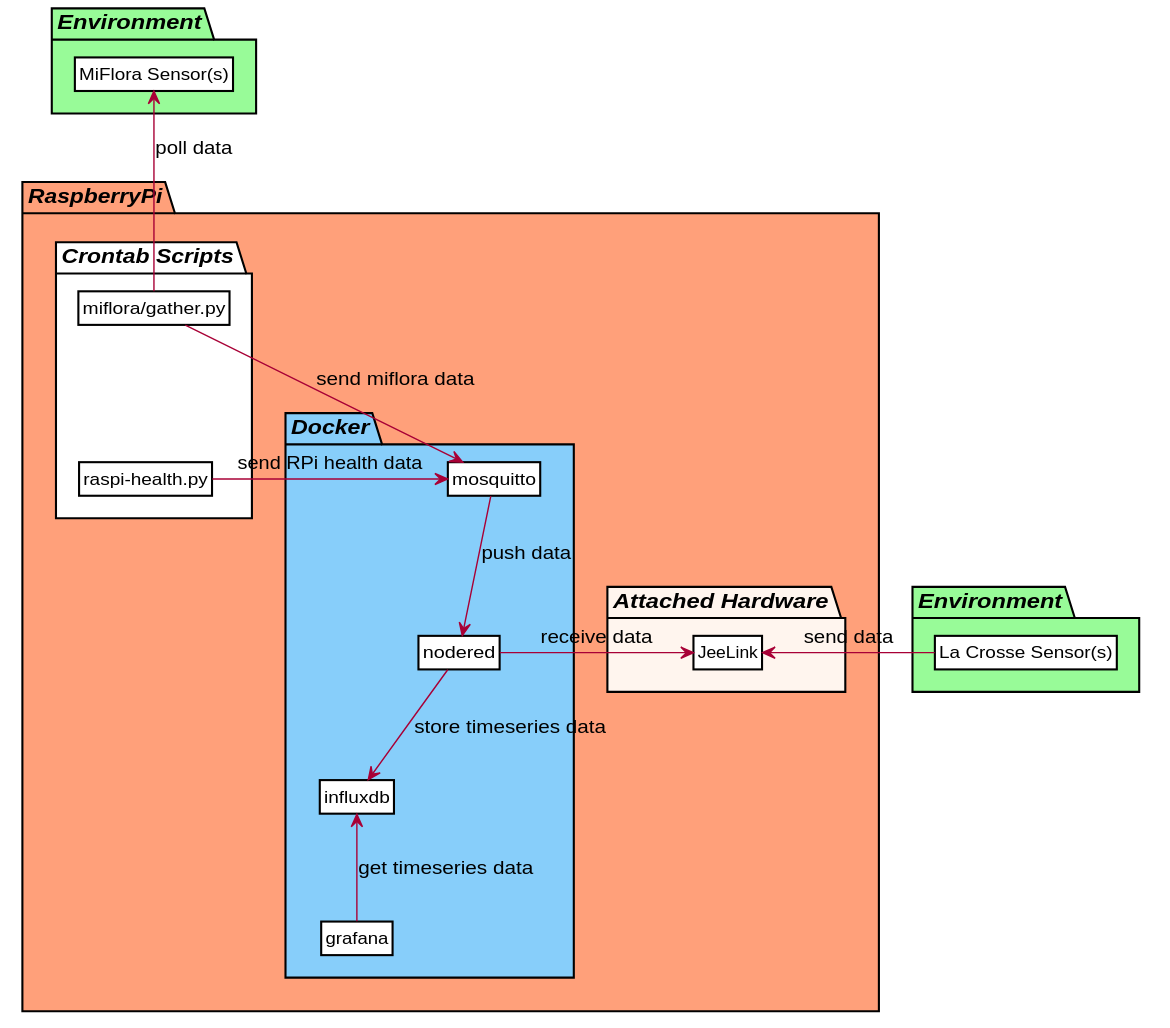
Earlier version of the PlantUML export overview.svg (dArignac/smarthome).
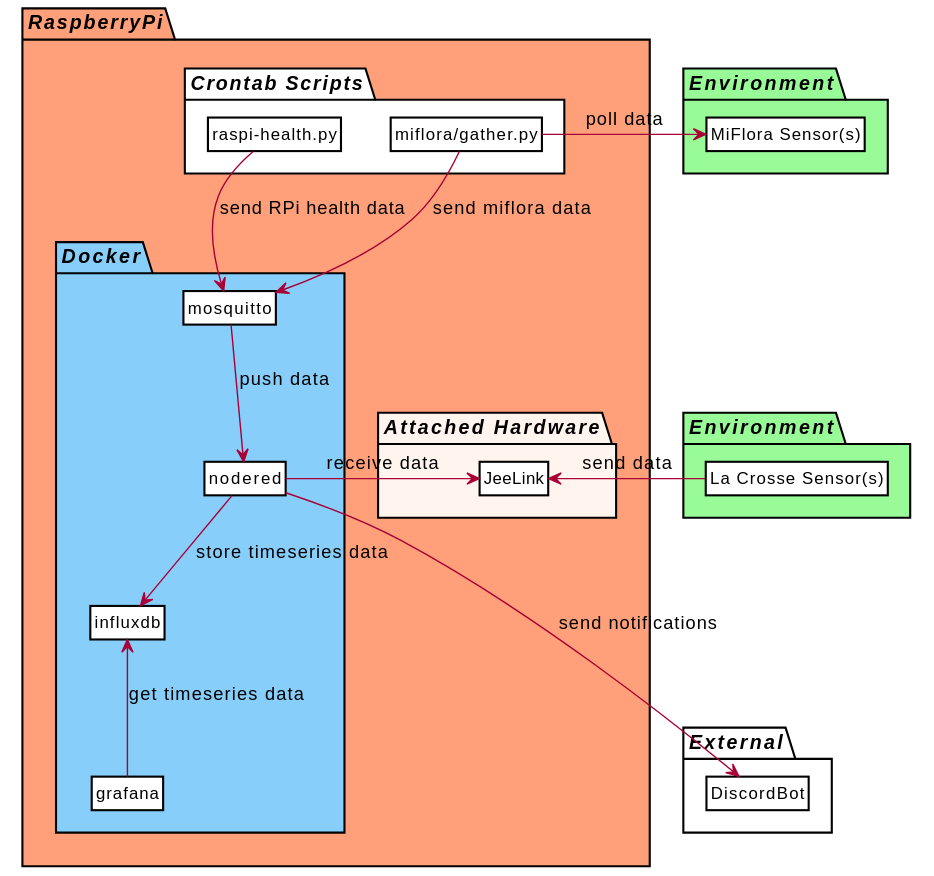
The same file after the commit.

Commit message:
added miflora battery warning, close #19

What changed in the source:
```diff
@@ -49,14 +49,19 @@
     class "raspi-health.py" as scriptRaspiHealth
     class "miflora/gather.py" as scriptMiflora
 
-    scriptMiflora-down[hidden]-> scriptRaspiHealth
+    scriptRaspiHealth -right[hidden]-> scriptMiflora
   }
 
-  scriptRaspiHealth -right-> mosquitto: send RPi health data
+  scriptRaspiHealth -down-> mosquitto: send RPi health data
+}
+
+package "External" as Ex {
+  class "DiscordBot" as discord
 }
 
 sensorLacrosse -left-> jeelink: send data
-jeelink <-right- nodered: receive data
-sensorMiflora <-up- scriptMiflora: poll data
-scriptMiflora -right-> mosquitto: send miflora data
+nodered -left-> jeelink: receive data
+scriptMiflora -right-> sensorMiflora: poll data
+scriptMiflora -down-> mosquitto: send miflora data
+nodered -down--> discord: send notifications
 @enduml
```
